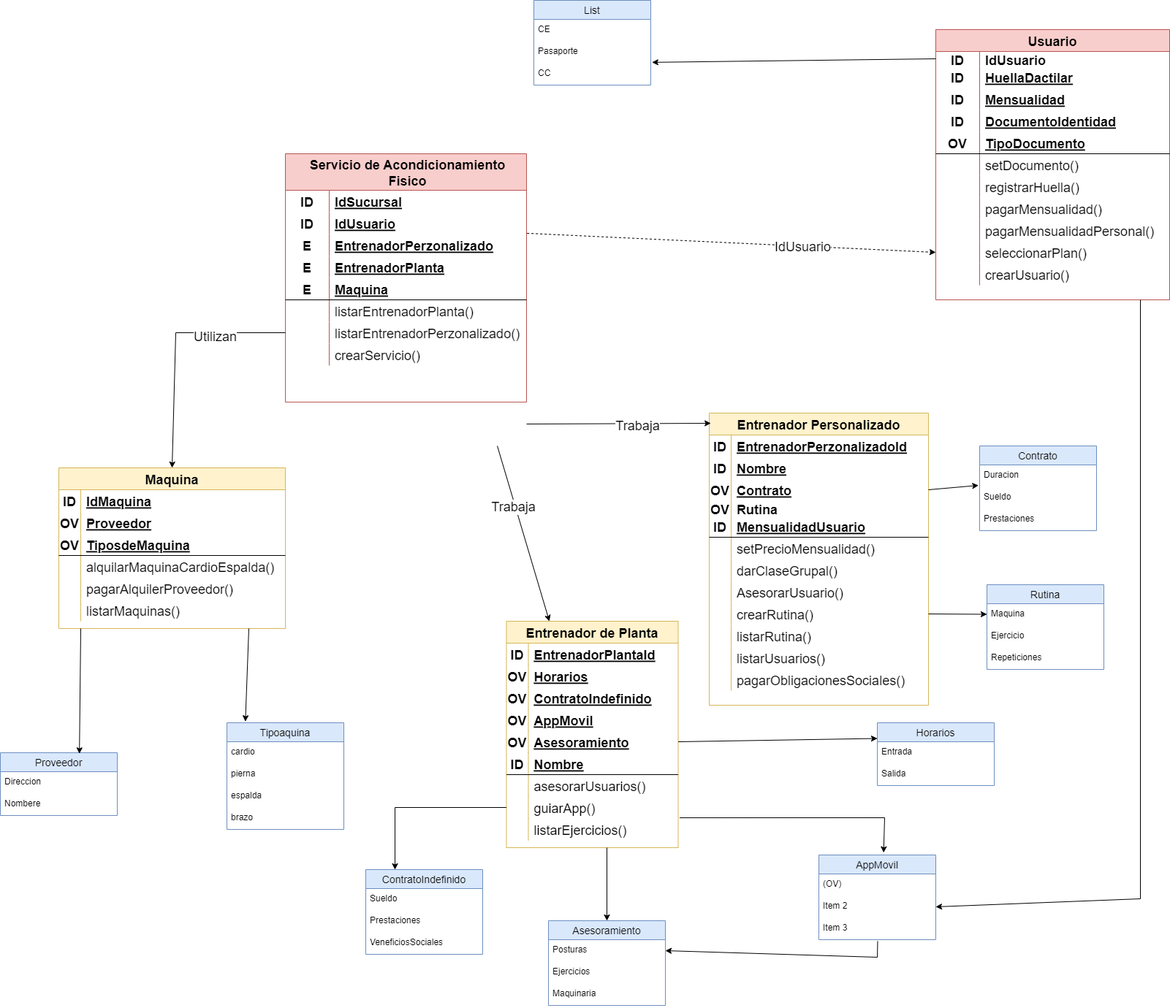
Above: HabilitacionDDD-Modelado.drawio.png in Pablo-Acland/HabilitacionDDD (draw.io), before the change. Source tidied: cells renumbered, new cells last; positions are measured from the earlier drawing's top-left corner, leaving out a move shared by most shapes.
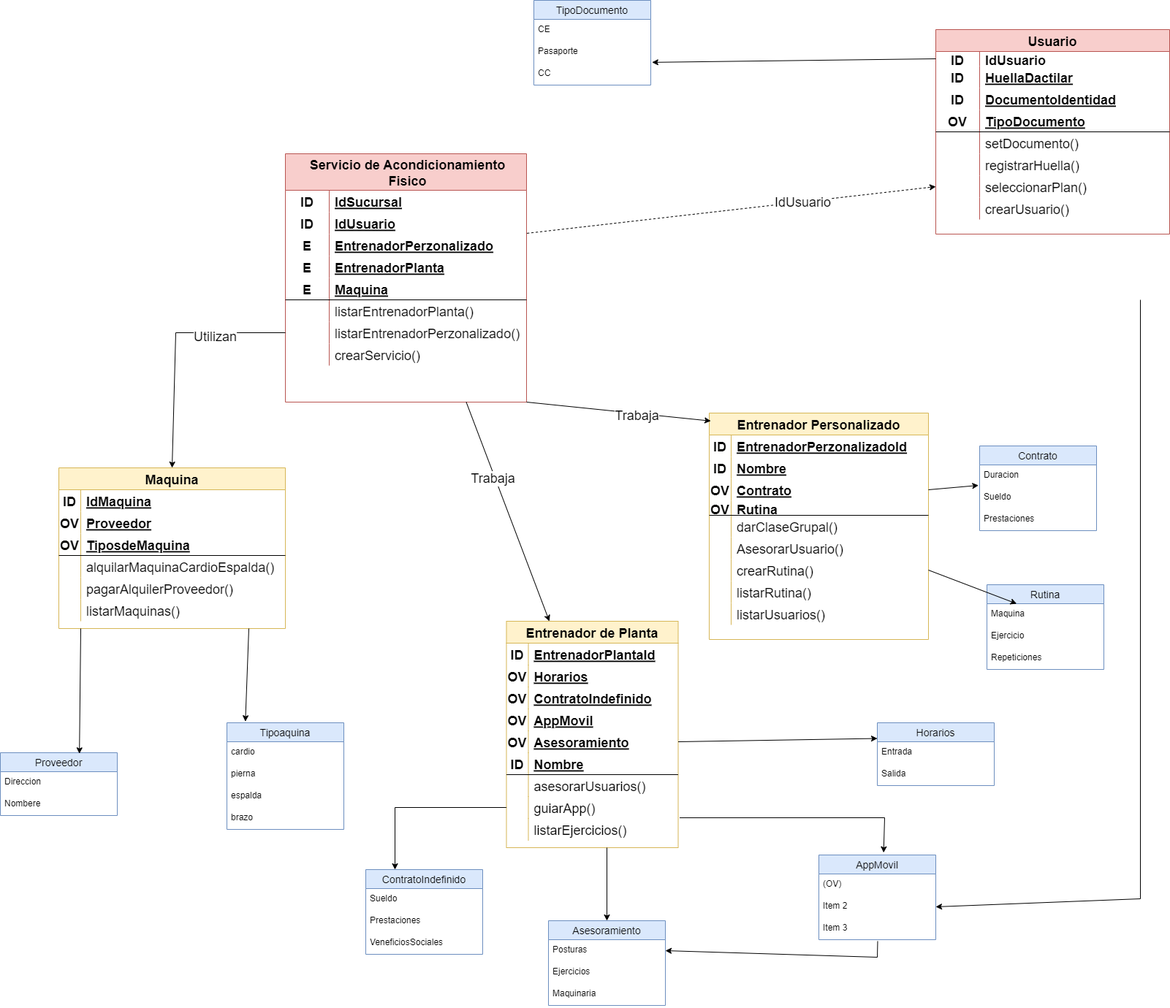
After the commit.

The edit, as a diff of the source:
```diff
@@ -3,7 +3,7 @@
     <mxCell id="0" />
     <mxCell id="1" parent="0" />
     <mxCell id="2" value="Usuario" style="shape=table;startSize=30;rowLines=0;fontStyle=1;align=center;fontSize=18;strokeColor=#b85450;fillColor=#f8cecc;" parent="1" vertex="1">
-      <mxGeometry x="1280" y="40" width="320" height="370" as="geometry" />
+      <mxGeometry x="1280" y="40" width="320" height="280" as="geometry" />
     </mxCell>
     <mxCell id="3" style="shape=tableRow;horizontal=0;startSize=0;swimlaneHead=0;swimlaneBody=0;fillColor=none;points=[[0,0.5],[1,0.5]];portConstraint=eastwest;top=0;left=0;right=0;bottom=0;fontSize=18;strokeColor=#000000;" parent="2" vertex="1">
       <mxGeometry y="30" width="320" height="20" as="geometry" />
@@ -23,17 +23,8 @@
     <mxCell id="8" value="HuellaDactilar" style="shape=partialRectangle;fillColor=none;top=0;left=0;bottom=0;right=0;align=left;spacingLeft=6;fontStyle=5;overflow=hidden;fontSize=18;strokeColor=#000000;" parent="6" vertex="1">
       <mxGeometry x="60" width="260" height="30" as="geometry" />
     </mxCell>
-    <mxCell id="9" style="shape=tableRow;horizontal=0;startSize=0;swimlaneHead=0;swimlaneBody=0;fillColor=none;top=0;left=0;right=0;bottom=0;fontSize=18;strokeColor=#000000;" parent="2" vertex="1">
-      <mxGeometry y="80" width="320" height="30" as="geometry" />
-    </mxCell>
-    <mxCell id="10" value="ID" style="shape=partialRectangle;fillColor=none;top=0;left=0;bottom=0;right=0;fontStyle=1;overflow=hidden;fontSize=18;strokeColor=#000000;" parent="9" vertex="1">
-      <mxGeometry width="60" height="30" as="geometry" />
-    </mxCell>
-    <mxCell id="11" value="Mensualidad" style="shape=partialRectangle;fillColor=none;top=0;left=0;bottom=0;right=0;align=left;spacingLeft=6;fontStyle=5;overflow=hidden;fontSize=18;strokeColor=#000000;" parent="9" vertex="1">
-      <mxGeometry x="60" width="260" height="30" as="geometry" />
-    </mxCell>
     <mxCell id="12" style="shape=tableRow;horizontal=0;startSize=0;swimlaneHead=0;swimlaneBody=0;fillColor=none;top=0;left=0;right=0;bottom=0;fontSize=18;strokeColor=#000000;" parent="2" vertex="1">
-      <mxGeometry y="110" width="320" height="30" as="geometry" />
+      <mxGeometry y="80" width="320" height="30" as="geometry" />
     </mxCell>
     <mxCell id="13" value="ID" style="shape=partialRectangle;fillColor=none;top=0;left=0;bottom=0;right=0;fontStyle=1;overflow=hidden;fontSize=18;strokeColor=#000000;" parent="12" vertex="1">
       <mxGeometry width="60" height="30" as="geometry" />
@@ -42,7 +33,7 @@
       <mxGeometry x="60" width="260" height="30" as="geometry" />
     </mxCell>
     <mxCell id="15" style="shape=tableRow;horizontal=0;startSize=0;swimlaneHead=0;swimlaneBody=0;fillColor=none;top=0;left=0;right=0;bottom=1;fontSize=18;strokeColor=#000000;" parent="2" vertex="1">
-      <mxGeometry y="140" width="320" height="30" as="geometry" />
+      <mxGeometry y="110" width="320" height="30" as="geometry" />
     </mxCell>
     <mxCell id="16" value="OV" style="shape=partialRectangle;fillColor=none;top=0;left=0;bottom=0;right=0;fontStyle=1;overflow=hidden;fontSize=18;strokeColor=#000000;" parent="15" vertex="1">
       <mxGeometry width="60" height="30" as="geometry" />
@@ -51,7 +42,7 @@
       <mxGeometry x="60" width="260" height="30" as="geometry" />
     </mxCell>
     <mxCell id="18" style="shape=tableRow;horizontal=0;startSize=0;swimlaneHead=0;swimlaneBody=0;fillColor=none;top=0;left=0;right=0;bottom=0;fontSize=18;strokeColor=#000000;" parent="2" vertex="1">
-      <mxGeometry y="170" width="320" height="30" as="geometry" />
+      <mxGeometry y="140" width="320" height="30" as="geometry" />
     </mxCell>
     <mxCell id="19" style="shape=partialRectangle;fillColor=none;top=0;left=0;bottom=0;right=0;overflow=hidden;fontSize=18;strokeColor=#000000;" parent="18" vertex="1">
       <mxGeometry width="60" height="30" as="geometry" />
@@ -60,7 +51,7 @@
       <mxGeometry x="60" width="260" height="30" as="geometry" />
     </mxCell>
     <mxCell id="21" style="shape=tableRow;horizontal=0;startSize=0;swimlaneHead=0;swimlaneBody=0;fillColor=none;top=0;left=0;right=0;bottom=0;fontSize=18;strokeColor=#000000;" parent="2" vertex="1">
-      <mxGeometry y="200" width="320" height="30" as="geometry" />
+      <mxGeometry y="170" width="320" height="30" as="geometry" />
     </mxCell>
     <mxCell id="22" style="shape=partialRectangle;fillColor=none;top=0;left=0;bottom=0;right=0;overflow=hidden;fontSize=18;strokeColor=#000000;" parent="21" vertex="1">
       <mxGeometry width="60" height="30" as="geometry" />
@@ -68,26 +59,8 @@
     <mxCell id="23" value="registrarHuella()" style="shape=partialRectangle;fillColor=none;top=0;left=0;bottom=0;right=0;align=left;spacingLeft=6;overflow=hidden;fontSize=18;strokeColor=#000000;" parent="21" vertex="1">
       <mxGeometry x="60" width="260" height="30" as="geometry" />
     </mxCell>
-    <mxCell id="24" style="shape=tableRow;horizontal=0;startSize=0;swimlaneHead=0;swimlaneBody=0;fillColor=none;top=0;left=0;right=0;bottom=0;fontSize=18;strokeColor=#000000;" parent="2" vertex="1">
-      <mxGeometry y="230" width="320" height="30" as="geometry" />
-    </mxCell>
-    <mxCell id="25" style="shape=partialRectangle;fillColor=none;top=0;left=0;bottom=0;right=0;overflow=hidden;fontSize=18;strokeColor=#000000;" parent="24" vertex="1">
-      <mxGeometry width="60" height="30" as="geometry" />
-    </mxCell>
-    <mxCell id="26" value="pagarMensualidad()" style="shape=partialRectangle;fillColor=none;top=0;left=0;bottom=0;right=0;align=left;spacingLeft=6;overflow=hidden;fontSize=18;strokeColor=#000000;" parent="24" vertex="1">
-      <mxGeometry x="60" width="260" height="30" as="geometry" />
-    </mxCell>
-    <mxCell id="27" style="shape=tableRow;horizontal=0;startSize=0;swimlaneHead=0;swimlaneBody=0;fillColor=none;top=0;left=0;right=0;bottom=0;fontSize=18;strokeColor=#000000;" parent="2" vertex="1">
-      <mxGeometry y="260" width="320" height="30" as="geometry" />
-    </mxCell>
-    <mxCell id="28" style="shape=partialRectangle;fillColor=none;top=0;left=0;bottom=0;right=0;overflow=hidden;fontSize=18;strokeColor=#000000;" parent="27" vertex="1">
-      <mxGeometry width="60" height="30" as="geometry" />
-    </mxCell>
-    <mxCell id="29" value="pagarMensualidadPersonal()" style="shape=partialRectangle;fillColor=none;top=0;left=0;bottom=0;right=0;align=left;spacingLeft=6;overflow=hidden;fontSize=18;strokeColor=#000000;" parent="27" vertex="1">
-      <mxGeometry x="60" width="260" height="30" as="geometry" />
-    </mxCell>
     <mxCell id="30" style="shape=tableRow;horizontal=0;startSize=0;swimlaneHead=0;swimlaneBody=0;fillColor=none;points=[[0,0.5],[1,0.5]];portConstraint=eastwest;top=0;left=0;right=0;bottom=0;fontSize=18;strokeColor=#000000;" parent="2" vertex="1">
-      <mxGeometry y="290" width="320" height="30" as="geometry" />
+      <mxGeometry y="200" width="320" height="30" as="geometry" />
     </mxCell>
     <mxCell id="31" style="shape=partialRectangle;fillColor=none;top=0;left=0;bottom=0;right=0;overflow=hidden;fontSize=18;strokeColor=#000000;" parent="30" vertex="1">
       <mxGeometry width="60" height="30" as="geometry" />
@@ -96,7 +69,7 @@
       <mxGeometry x="60" width="260" height="30" as="geometry" />
     </mxCell>
     <mxCell id="33" style="shape=tableRow;horizontal=0;startSize=0;swimlaneHead=0;swimlaneBody=0;fillColor=none;top=0;left=0;right=0;bottom=0;fontSize=18;strokeColor=#000000;" parent="2" vertex="1">
-      <mxGeometry y="320" width="320" height="30" as="geometry" />
+      <mxGeometry y="230" width="320" height="30" as="geometry" />
     </mxCell>
     <mxCell id="34" style="shape=partialRectangle;fillColor=none;top=0;left=0;bottom=0;right=0;overflow=hidden;fontSize=18;strokeColor=#000000;" parent="33" vertex="1">
       <mxGeometry width="60" height="30" as="geometry" />
@@ -321,7 +294,7 @@
       <mxGeometry x="30" width="205" height="30" as="geometry" />
     </mxCell>
     <mxCell id="108" value="Entrenador Personalizado" style="shape=table;startSize=30;rowLines=0;fontStyle=1;align=center;fontSize=18;strokeColor=#d6b656;fillColor=#fff2cc;" parent="1" vertex="1">
-      <mxGeometry x="970" y="565" width="300" height="400" as="geometry" />
+      <mxGeometry x="970" y="565" width="300" height="310" as="geometry" />
     </mxCell>
     <mxCell id="109" style="shape=tableRow;horizontal=0;startSize=0;swimlaneHead=0;swimlaneBody=0;fillColor=none;top=0;left=0;right=0;bottom=1;fontSize=18;strokeColor=none;" parent="108" vertex="1">
       <mxGeometry y="30" width="300" height="30" as="geometry" />
@@ -350,7 +323,7 @@
     <mxCell id="117" value="Contrato" style="shape=partialRectangle;fillColor=none;top=0;left=0;bottom=0;right=0;align=left;spacingLeft=6;fontStyle=5;overflow=hidden;fontSize=18;strokeColor=#000000;" parent="115" vertex="1">
       <mxGeometry x="30" width="270" height="30" as="geometry" />
     </mxCell>
-    <mxCell id="118" style="shape=tableRow;horizontal=0;startSize=0;swimlaneHead=0;swimlaneBody=0;fillColor=none;top=0;left=0;right=0;bottom=1;fontSize=18;strokeColor=none;" parent="108" vertex="1">
+    <mxCell id="118" style="shape=tableRow;horizontal=0;startSize=0;swimlaneHead=0;swimlaneBody=0;fillColor=none;top=0;left=0;right=0;bottom=1;fontSize=18;strokeColor=default;" parent="108" vertex="1">
       <mxGeometry y="120" width="300" height="20" as="geometry" />
     </mxCell>
     <mxCell id="119" value="OV" style="shape=partialRectangle;fillColor=none;top=0;left=0;bottom=0;right=0;fontStyle=1;overflow=hidden;fontSize=18;strokeColor=#000000;" parent="118" vertex="1">
@@ -359,26 +332,8 @@
     <mxCell id="120" value="Rutina" style="shape=partialRectangle;fillColor=none;top=0;left=0;bottom=0;right=0;align=left;spacingLeft=6;fontStyle=5;overflow=hidden;fontSize=18;strokeColor=#000000;" parent="118" vertex="1">
       <mxGeometry x="30" width="270" height="20" as="geometry" />
     </mxCell>
-    <mxCell id="121" style="shape=tableRow;horizontal=0;startSize=0;swimlaneHead=0;swimlaneBody=0;fillColor=none;top=0;left=0;right=0;bottom=1;fontSize=18;strokeColor=#000000;" parent="108" vertex="1">
-      <mxGeometry y="140" width="300" height="30" as="geometry" />
-    </mxCell>
-    <mxCell id="122" value="ID" style="shape=partialRectangle;fillColor=none;top=0;left=0;bottom=0;right=0;fontStyle=1;overflow=hidden;fontSize=18;strokeColor=#000000;" parent="121" vertex="1">
-      <mxGeometry width="30" height="30" as="geometry" />
-    </mxCell>
-    <mxCell id="123" value="MensualidadUsuario" style="shape=partialRectangle;fillColor=none;top=0;left=0;bottom=0;right=0;align=left;spacingLeft=6;fontStyle=5;overflow=hidden;fontSize=18;strokeColor=#000000;" parent="121" vertex="1">
-      <mxGeometry x="30" width="270" height="30" as="geometry" />
-    </mxCell>
-    <mxCell id="124" style="shape=tableRow;horizontal=0;startSize=0;swimlaneHead=0;swimlaneBody=0;fillColor=none;top=0;left=0;right=0;bottom=0;fontSize=18;strokeColor=#000000;" parent="108" vertex="1">
-      <mxGeometry y="170" width="300" height="30" as="geometry" />
-    </mxCell>
-    <mxCell id="125" style="shape=partialRectangle;fillColor=none;top=0;left=0;bottom=0;right=0;overflow=hidden;fontSize=18;strokeColor=#000000;" parent="124" vertex="1">
-      <mxGeometry width="30" height="30" as="geometry" />
-    </mxCell>
-    <mxCell id="126" value="setPrecioMensualidad()" style="shape=partialRectangle;fillColor=none;top=0;left=0;bottom=0;right=0;align=left;spacingLeft=6;overflow=hidden;fontSize=18;strokeColor=#000000;" parent="124" vertex="1">
-      <mxGeometry x="30" width="270" height="30" as="geometry" />
-    </mxCell>
     <mxCell id="127" style="shape=tableRow;horizontal=0;startSize=0;swimlaneHead=0;swimlaneBody=0;fillColor=none;top=0;left=0;right=0;bottom=0;fontSize=18;strokeColor=#000000;" parent="108" vertex="1">
-      <mxGeometry y="200" width="300" height="30" as="geometry" />
+      <mxGeometry y="140" width="300" height="30" as="geometry" />
     </mxCell>
     <mxCell id="128" style="shape=partialRectangle;fillColor=none;top=0;left=0;bottom=0;right=0;overflow=hidden;fontSize=18;strokeColor=#000000;" parent="127" vertex="1">
       <mxGeometry width="30" height="30" as="geometry" />
@@ -387,7 +342,7 @@
       <mxGeometry x="30" width="270" height="30" as="geometry" />
     </mxCell>
     <mxCell id="130" style="shape=tableRow;horizontal=0;startSize=0;swimlaneHead=0;swimlaneBody=0;fillColor=none;top=0;left=0;right=0;bottom=0;fontSize=18;strokeColor=#000000;" parent="108" vertex="1">
-      <mxGeometry y="230" width="300" height="30" as="geometry" />
+      <mxGeometry y="170" width="300" height="30" as="geometry" />
     </mxCell>
     <mxCell id="131" style="shape=partialRectangle;fillColor=none;top=0;left=0;bottom=0;right=0;overflow=hidden;fontSize=18;strokeColor=#000000;" parent="130" vertex="1">
       <mxGeometry width="30" height="30" as="geometry" />
@@ -396,7 +351,7 @@
       <mxGeometry x="30" width="270" height="30" as="geometry" />
     </mxCell>
     <mxCell id="133" style="shape=tableRow;horizontal=0;startSize=0;swimlaneHead=0;swimlaneBody=0;fillColor=none;points=[[0,0.5],[1,0.5]];portConstraint=eastwest;top=0;left=0;right=0;bottom=0;fontSize=18;strokeColor=#000000;" parent="108" vertex="1">
-      <mxGeometry y="260" width="300" height="30" as="geometry" />
+      <mxGeometry y="200" width="300" height="30" as="geometry" />
     </mxCell>
     <mxCell id="134" style="shape=partialRectangle;fillColor=none;top=0;left=0;bottom=0;right=0;overflow=hidden;fontSize=18;strokeColor=#000000;" parent="133" vertex="1">
       <mxGeometry width="30" height="30" as="geometry" />
@@ -405,7 +360,7 @@
       <mxGeometry x="30" width="270" height="30" as="geometry" />
     </mxCell>
     <mxCell id="136" style="shape=tableRow;horizontal=0;startSize=0;swimlaneHead=0;swimlaneBody=0;fillColor=none;top=0;left=0;right=0;bottom=0;fontSize=18;strokeColor=#000000;" parent="108" vertex="1">
-      <mxGeometry y="290" width="300" height="30" as="geometry" />
+      <mxGeometry y="230" width="300" height="30" as="geometry" />
     </mxCell>
     <mxCell id="137" style="shape=partialRectangle;fillColor=none;top=0;left=0;bottom=0;right=0;overflow=hidden;fontSize=18;strokeColor=#000000;" parent="136" vertex="1">
       <mxGeometry width="30" height="30" as="geometry" />
@@ -414,7 +369,7 @@
       <mxGeometry x="30" width="270" height="30" as="geometry" />
     </mxCell>
     <mxCell id="139" style="shape=tableRow;horizontal=0;startSize=0;swimlaneHead=0;swimlaneBody=0;fillColor=none;top=0;left=0;right=0;bottom=0;fontSize=18;strokeColor=#000000;" parent="108" vertex="1">
-      <mxGeometry y="320" width="300" height="30" as="geometry" />
+      <mxGeometry y="260" width="300" height="30" as="geometry" />
     </mxCell>
     <mxCell id="140" style="shape=partialRectangle;fillColor=none;top=0;left=0;bottom=0;right=0;overflow=hidden;fontSize=18;strokeColor=#000000;" parent="139" vertex="1">
       <mxGeometry width="30" height="30" as="geometry" />
@@ -422,16 +377,7 @@
     <mxCell id="141" value="listarUsuarios()" style="shape=partialRectangle;fillColor=none;top=0;left=0;bottom=0;right=0;align=left;spacingLeft=6;overflow=hidden;fontSize=18;strokeColor=#000000;" parent="139" vertex="1">
       <mxGeometry x="30" width="270" height="30" as="geometry" />
     </mxCell>
-    <mxCell id="142" style="shape=tableRow;horizontal=0;startSize=0;swimlaneHead=0;swimlaneBody=0;fillColor=none;top=0;left=0;right=0;bottom=0;fontSize=18;strokeColor=#000000;" parent="108" vertex="1">
-      <mxGeometry y="350" width="300" height="30" as="geometry" />
-    </mxCell>
-    <mxCell id="143" style="shape=partialRectangle;fillColor=none;top=0;left=0;bottom=0;right=0;overflow=hidden;fontSize=18;strokeColor=#000000;" parent="142" vertex="1">
-      <mxGeometry width="30" height="30" as="geometry" />
-    </mxCell>
-    <mxCell id="144" value="pagarObligacionesSociales()" style="shape=partialRectangle;fillColor=none;top=0;left=0;bottom=0;right=0;align=left;spacingLeft=6;overflow=hidden;fontSize=18;strokeColor=#000000;" parent="142" vertex="1">
-      <mxGeometry x="30" width="270" height="30" as="geometry" />
-    </mxCell>
-    <mxCell id="145" value="List" style="swimlane;fontStyle=0;horizontal=1;startSize=26;align=center;fontSize=14;strokeColor=#6c8ebf;fillColor=#dae8fc;" parent="1" vertex="1">
+    <mxCell id="145" value="TipoDocumento" style="swimlane;fontStyle=0;horizontal=1;startSize=26;align=center;fontSize=14;strokeColor=#6c8ebf;fillColor=#dae8fc;" parent="1" vertex="1">
       <mxGeometry x="730" width="160" height="116" as="geometry" />
     </mxCell>
     <mxCell id="146" value="CE" style="text;strokeColor=none;fillColor=none;spacingLeft=4;spacingRight=4;overflow=hidden;fontSize=12;" parent="145" vertex="1">
@@ -611,18 +557,14 @@
     <mxCell id="194" value="IdUsuario" style="edgeLabel;html=1;align=center;verticalAlign=middle;fontSize=18;" parent="193" vertex="1">
       <mxGeometry x="0.34" y="-1" relative="1" as="geometry" />
     </mxCell>
-    <mxCell id="195" style="endArrow=classic;html=1;rounded=0;fontSize=18;entryX=0.007;entryY=0.035;entryDx=0;entryDy=0;entryPerimeter=0;" parent="1" edge="1" target="108">
-      <mxGeometry relative="1" as="geometry">
-        <mxPoint x="720" y="580" as="sourcePoint" />
-      </mxGeometry>
+    <mxCell id="195" style="endArrow=classic;html=1;rounded=0;fontSize=18;entryX=0.007;entryY=0.035;entryDx=0;entryDy=0;entryPerimeter=0;exitX=1;exitY=1;exitDx=0;exitDy=0;" parent="1" edge="1" source="36" target="108">
+      <mxGeometry relative="1" as="geometry" />
     </mxCell>
     <mxCell id="196" value="Trabaja" style="edgeLabel;html=1;align=center;verticalAlign=middle;fontSize=18;" parent="195" vertex="1">
       <mxGeometry x="0.2" y="-3" relative="1" as="geometry" />
     </mxCell>
-    <mxCell id="197" style="endArrow=classic;html=1;rounded=0;fontSize=18;entryX=0.25;entryY=0;entryDx=0;entryDy=0;" parent="1" edge="1" target="80">
-      <mxGeometry relative="1" as="geometry">
-        <mxPoint x="680" y="610" as="sourcePoint" />
-      </mxGeometry>
+    <mxCell id="197" style="endArrow=classic;html=1;rounded=0;fontSize=18;entryX=0.25;entryY=0;entryDx=0;entryDy=0;exitX=0.75;exitY=1;exitDx=0;exitDy=0;" parent="1" edge="1" source="36" target="80">
+      <mxGeometry relative="1" as="geometry" />
     </mxCell>
     <mxCell id="198" value="Trabaja" style="edgeLabel;html=1;align=center;verticalAlign=middle;fontSize=18;" parent="197" vertex="1">
       <mxGeometry x="-0.31" y="-4" relative="1" as="geometry">
```
